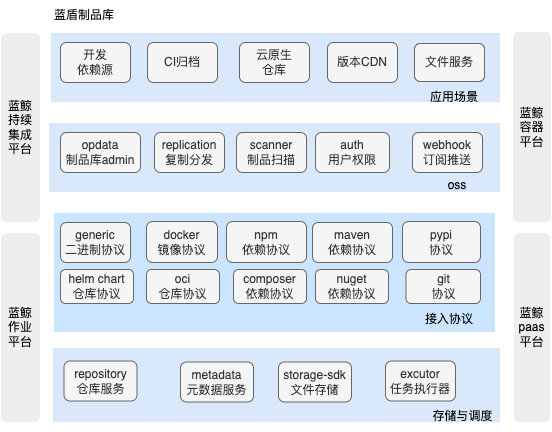
This is docs/resource/bkrepo.png from TencentBlueKing/bk-repo, a draw.io export, as it was before one commit. Source tidied: cells renumbered, new cells last; positions are measured from the earlier drawing's top-left corner, leaving out a move shared by most shapes.
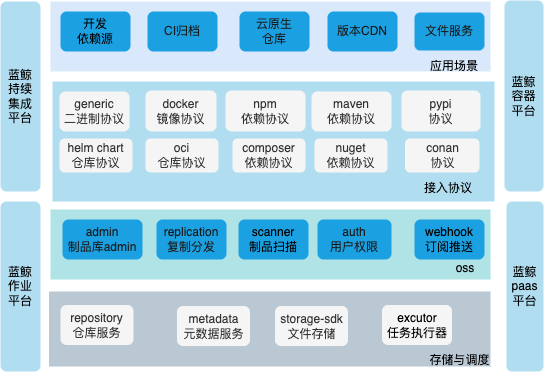
After the commit.

What changed in the source:
```diff
@@ -2,116 +2,113 @@
   <root>
     <mxCell id="0" />
     <mxCell id="1" parent="0" />
-    <mxCell id="2" style="rounded=0;whiteSpace=wrap;html=1;fillColor=#dae8fc;strokeColor=#FFFFFF;" parent="1" vertex="1">
-      <mxGeometry x="48" y="122" width="452" height="70" as="geometry" />
+    <mxCell id="2" style="rounded=0;whiteSpace=wrap;html=1;fillColor=#b0e3e6;strokeColor=none;strokeWidth=3;" parent="1" vertex="1">
+      <mxGeometry x="50" y="240" width="440" height="70" as="geometry" />
     </mxCell>
-    <mxCell id="3" value="蓝鲸&lt;br&gt;持续&lt;br&gt;集成&lt;br&gt;平台" style="rounded=1;whiteSpace=wrap;html=1;fillColor=#eeeeee;strokeColor=#FFFFFF;" parent="1" vertex="1">
+    <mxCell id="3" value="蓝鲸&lt;br&gt;持续&lt;br&gt;集成&lt;br&gt;平台" style="rounded=1;whiteSpace=wrap;html=1;fillColor=#b1ddf0;strokeColor=none;" parent="1" vertex="1">
       <mxGeometry y="32" width="40" height="190" as="geometry" />
     </mxCell>
-    <mxCell id="4" value="蓝鲸&lt;br&gt;作业&lt;br&gt;平台" style="rounded=1;whiteSpace=wrap;html=1;fillColor=#eeeeee;strokeColor=#FFFFFF;" parent="1" vertex="1">
-      <mxGeometry y="232" width="40" height="190" as="geometry" />
+    <mxCell id="4" value="蓝鲸&lt;br&gt;作业&lt;br&gt;平台" style="rounded=1;whiteSpace=wrap;html=1;fillColor=#b1ddf0;strokeColor=none;" parent="1" vertex="1">
+      <mxGeometry y="232" width="40" height="170" as="geometry" />
     </mxCell>
-    <mxCell id="5" value="蓝鲸&lt;br&gt;容器&lt;br&gt;平台" style="rounded=1;whiteSpace=wrap;html=1;fillColor=#eeeeee;strokeColor=#FFFFFF;" parent="1" vertex="1">
-      <mxGeometry x="512" y="31" width="39" height="191" as="geometry" />
+    <mxCell id="5" value="蓝鲸&lt;br&gt;容器&lt;br&gt;平台" style="rounded=1;whiteSpace=wrap;html=1;fillColor=#b1ddf0;strokeColor=none;" parent="1" vertex="1">
+      <mxGeometry x="504" y="31" width="39" height="191" as="geometry" />
     </mxCell>
-    <mxCell id="6" value="蓝鲸&lt;br&gt;paas&lt;br&gt;平台" style="rounded=1;whiteSpace=wrap;html=1;fillColor=#eeeeee;strokeColor=#FFFFFF;" parent="1" vertex="1">
-      <mxGeometry x="513" y="232" width="37" height="190" as="geometry" />
+    <mxCell id="6" value="蓝鲸&lt;br&gt;paas&lt;br&gt;平台" style="rounded=1;whiteSpace=wrap;html=1;fillColor=#b1ddf0;strokeColor=none;" parent="1" vertex="1">
+      <mxGeometry x="506" y="232" width="37" height="170" as="geometry" />
     </mxCell>
-    <mxCell id="7" style="rounded=0;whiteSpace=wrap;html=1;fillColor=#dae8fc;strokeColor=#FFFFFF;labelPosition=center;verticalLabelPosition=bottom;align=center;verticalAlign=top;" parent="1" vertex="1">
-      <mxGeometry x="50" y="32" width="450" height="70" as="geometry" />
+    <mxCell id="7" style="rounded=0;whiteSpace=wrap;html=1;fillColor=#dae8fc;strokeColor=none;labelPosition=center;verticalLabelPosition=bottom;align=center;verticalAlign=top;strokeWidth=2;" parent="1" vertex="1">
+      <mxGeometry x="50" y="32" width="440" height="70" as="geometry" />
     </mxCell>
-    <mxCell id="8" value="开发&lt;br&gt;依赖源" style="rounded=1;whiteSpace=wrap;html=1;fillColor=#f5f5f5;fontColor=#333333;strokeColor=#666666;" parent="1" vertex="1">
+    <mxCell id="8" value="&lt;font color=&quot;#000000&quot;&gt;开发&lt;br&gt;依赖源&lt;/font&gt;" style="rounded=1;whiteSpace=wrap;html=1;fillColor=#1ba1e2;fontColor=#ffffff;strokeColor=none;" parent="1" vertex="1">
       <mxGeometry x="60" y="42" width="70" height="40" as="geometry" />
     </mxCell>
-    <mxCell id="9" value="CI归档" style="rounded=1;whiteSpace=wrap;html=1;fillColor=#f5f5f5;fontColor=#333333;strokeColor=#666666;" parent="1" vertex="1">
+    <mxCell id="9" value="&lt;font color=&quot;#1a1a1a&quot;&gt;CI归档&lt;/font&gt;" style="rounded=1;whiteSpace=wrap;html=1;fillColor=#1ba1e2;fontColor=#ffffff;strokeColor=none;" parent="1" vertex="1">
       <mxGeometry x="147" y="42" width="70" height="40" as="geometry" />
     </mxCell>
-    <mxCell id="10" value="云原生&lt;br&gt;仓库" style="rounded=1;whiteSpace=wrap;html=1;fillColor=#f5f5f5;fontColor=#333333;strokeColor=#666666;" parent="1" vertex="1">
+    <mxCell id="10" value="&lt;font color=&quot;#1a1a1a&quot;&gt;云原生&lt;br&gt;仓库&lt;/font&gt;" style="rounded=1;whiteSpace=wrap;html=1;fillColor=#1ba1e2;fontColor=#ffffff;strokeColor=none;" parent="1" vertex="1">
       <mxGeometry x="239" y="42" width="70" height="40" as="geometry" />
     </mxCell>
-    <mxCell id="11" value="版本CDN" style="rounded=1;whiteSpace=wrap;html=1;fillColor=#f5f5f5;fontColor=#333333;strokeColor=#666666;" parent="1" vertex="1">
+    <mxCell id="11" value="&lt;font color=&quot;#1a1a1a&quot;&gt;版本CDN&lt;/font&gt;" style="rounded=1;whiteSpace=wrap;html=1;fillColor=#1ba1e2;fontColor=#ffffff;strokeColor=none;" parent="1" vertex="1">
       <mxGeometry x="327" y="42" width="70" height="40" as="geometry" />
     </mxCell>
-    <mxCell id="12" value="文件服务" style="rounded=1;whiteSpace=wrap;html=1;fillColor=#f5f5f5;fontColor=#333333;strokeColor=#666666;" parent="1" vertex="1">
+    <mxCell id="12" value="&lt;font color=&quot;#1a1a1a&quot;&gt;文件服务&lt;/font&gt;" style="rounded=1;whiteSpace=wrap;html=1;fillColor=#1ba1e2;fontColor=#ffffff;strokeColor=none;" parent="1" vertex="1">
       <mxGeometry x="414" y="43" width="70" height="38" as="geometry" />
     </mxCell>
-    <mxCell id="13" value="opdata&lt;br&gt;制品库admin" style="rounded=1;whiteSpace=wrap;html=1;fillColor=#f5f5f5;fontColor=#333333;strokeColor=#666666;" parent="1" vertex="1">
-      <mxGeometry x="60" y="132" width="80" height="40" as="geometry" />
+    <mxCell id="13" value="&lt;font color=&quot;#1a1a1a&quot;&gt;admin&lt;br&gt;制品库admin&lt;/font&gt;" style="rounded=1;whiteSpace=wrap;html=1;fillColor=#1ba1e2;fontColor=#ffffff;strokeColor=none;" parent="1" vertex="1">
+      <mxGeometry x="62" y="250" width="80" height="40" as="geometry" />
     </mxCell>
-    <mxCell id="14" value="replication&lt;br&gt;复制分发" style="rounded=1;whiteSpace=wrap;html=1;fillColor=#f5f5f5;fontColor=#333333;strokeColor=#666666;" parent="1" vertex="1">
-      <mxGeometry x="154" y="132" width="70" height="40" as="geometry" />
+    <mxCell id="14" value="&lt;font color=&quot;#1a1a1a&quot;&gt;replication&lt;br&gt;复制分发&lt;/font&gt;" style="rounded=1;whiteSpace=wrap;html=1;fillColor=#1ba1e2;fontColor=#ffffff;strokeColor=none;" parent="1" vertex="1">
+      <mxGeometry x="156" y="250" width="70" height="40" as="geometry" />
     </mxCell>
-    <mxCell id="15" value="auth&lt;br&gt;用户权限" style="rounded=1;whiteSpace=wrap;html=1;fillColor=#f5f5f5;fontColor=#333333;strokeColor=#666666;" parent="1" vertex="1">
-      <mxGeometry x="315" y="132" width="74" height="40" as="geometry" />
+    <mxCell id="15" value="&lt;font color=&quot;#1a1a1a&quot;&gt;auth&lt;br&gt;用户权限&lt;/font&gt;" style="rounded=1;whiteSpace=wrap;html=1;fillColor=#1ba1e2;fontColor=#ffffff;strokeColor=none;" parent="1" vertex="1">
+      <mxGeometry x="317" y="250" width="74" height="40" as="geometry" />
     </mxCell>
-    <mxCell id="16" value="scanner&lt;br&gt;制品扫描" style="rounded=1;whiteSpace=wrap;html=1;fillColor=#f5f5f5;fontColor=#333333;strokeColor=#666666;" parent="1" vertex="1">
-      <mxGeometry x="236" y="132" width="70" height="40" as="geometry" />
+    <mxCell id="16" value="&lt;font color=&quot;#000000&quot;&gt;scanner&lt;br&gt;制品扫描&lt;/font&gt;" style="rounded=1;whiteSpace=wrap;html=1;fillColor=#1ba1e2;fontColor=#ffffff;strokeColor=none;" parent="1" vertex="1">
+      <mxGeometry x="238" y="250" width="70" height="40" as="geometry" />
     </mxCell>
-    <mxCell id="17" value="webhook&lt;br&gt;订阅推送" style="rounded=1;whiteSpace=wrap;html=1;fillColor=#f5f5f5;fontColor=#333333;strokeColor=#666666;" parent="1" vertex="1">
-      <mxGeometry x="412" y="132" width="70" height="40" as="geometry" />
+    <mxCell id="17" value="&lt;font color=&quot;#000000&quot;&gt;webhook&lt;br&gt;订阅推送&lt;/font&gt;" style="rounded=1;whiteSpace=wrap;html=1;fillColor=#1ba1e2;fontColor=#ffffff;strokeColor=none;" parent="1" vertex="1">
+      <mxGeometry x="414" y="250" width="70" height="40" as="geometry" />
     </mxCell>
-    <mxCell id="18" style="rounded=0;whiteSpace=wrap;html=1;fillColor=#cce5ff;strokeColor=#FFFFFF;" parent="1" vertex="1">
-      <mxGeometry x="53" y="212" width="442" height="120" as="geometry" />
+    <mxCell id="18" style="rounded=0;whiteSpace=wrap;html=1;fillColor=#b1ddf0;strokeColor=none;strokeWidth=2;" parent="1" vertex="1">
+      <mxGeometry x="52" y="112" width="442" height="120" as="geometry" />
     </mxCell>
-    <mxCell id="19" value="generic&lt;br&gt;二进制协议" style="rounded=1;whiteSpace=wrap;html=1;fillColor=#f5f5f5;fontColor=#333333;strokeColor=#666666;" parent="1" vertex="1">
-      <mxGeometry x="60" y="222" width="70" height="40" as="geometry" />
+    <mxCell id="19" value="generic&lt;br&gt;二进制协议" style="rounded=1;whiteSpace=wrap;html=1;fillColor=#f5f5f5;fontColor=#333333;strokeColor=none;" parent="1" vertex="1">
+      <mxGeometry x="59" y="122" width="70" height="40" as="geometry" />
     </mxCell>
-    <mxCell id="20" value="docker&lt;br&gt;镜像协议" style="rounded=1;whiteSpace=wrap;html=1;fillColor=#f5f5f5;fontColor=#333333;strokeColor=#666666;" parent="1" vertex="1">
-      <mxGeometry x="146" y="221" width="71" height="41" as="geometry" />
+    <mxCell id="20" value="docker&lt;br&gt;镜像协议" style="rounded=1;whiteSpace=wrap;html=1;fillColor=#f5f5f5;fontColor=#333333;strokeColor=none;" parent="1" vertex="1">
+      <mxGeometry x="145" y="121" width="71" height="41" as="geometry" />
     </mxCell>
-    <mxCell id="21" value="npm&lt;br&gt;依赖协议" style="rounded=1;whiteSpace=wrap;html=1;fillColor=#f5f5f5;fontColor=#333333;strokeColor=#666666;" parent="1" vertex="1">
-      <mxGeometry x="226" y="221" width="80" height="41" as="geometry" />
+    <mxCell id="21" value="npm&lt;br&gt;依赖协议" style="rounded=1;whiteSpace=wrap;html=1;fillColor=#f5f5f5;fontColor=#333333;strokeColor=none;" parent="1" vertex="1">
+      <mxGeometry x="225" y="121" width="80" height="41" as="geometry" />
     </mxCell>
-    <mxCell id="22" value="maven&lt;br&gt;依赖协议" style="rounded=1;whiteSpace=wrap;html=1;fillColor=#f5f5f5;fontColor=#333333;strokeColor=#666666;" parent="1" vertex="1">
-      <mxGeometry x="312" y="222" width="80" height="40" as="geometry" />
+    <mxCell id="22" value="maven&lt;br&gt;依赖协议" style="rounded=1;whiteSpace=wrap;html=1;fillColor=#f5f5f5;fontColor=#333333;strokeColor=none;" parent="1" vertex="1">
+      <mxGeometry x="311" y="122" width="80" height="40" as="geometry" />
     </mxCell>
-    <mxCell id="23" value="pypi&lt;br&gt;协议" style="rounded=1;whiteSpace=wrap;html=1;fillColor=#f5f5f5;fontColor=#333333;strokeColor=#666666;" parent="1" vertex="1">
-      <mxGeometry x="402" y="221" width="78" height="41" as="geometry" />
+    <mxCell id="23" value="pypi&lt;br&gt;协议" style="rounded=1;whiteSpace=wrap;html=1;fillColor=#f5f5f5;fontColor=#333333;strokeColor=none;" parent="1" vertex="1">
+      <mxGeometry x="401" y="121" width="79" height="41" as="geometry" />
     </mxCell>
-    <mxCell id="24" value="helm chart&lt;br&gt;仓库协议" style="rounded=1;whiteSpace=wrap;html=1;fillColor=#f5f5f5;fontColor=#333333;strokeColor=#666666;" parent="1" vertex="1">
-      <mxGeometry x="60" y="269" width="73" height="34" as="geometry" />
+    <mxCell id="24" value="helm chart&lt;br&gt;仓库协议" style="rounded=1;whiteSpace=wrap;html=1;fillColor=#f5f5f5;fontColor=#333333;strokeColor=none;" parent="1" vertex="1">
+      <mxGeometry x="59" y="169" width="73" height="34" as="geometry" />
     </mxCell>
-    <mxCell id="25" value="oci&lt;br&gt;仓库协议" style="rounded=1;whiteSpace=wrap;html=1;fillColor=#f5f5f5;fontColor=#333333;strokeColor=#666666;" parent="1" vertex="1">
-      <mxGeometry x="146" y="269" width="73" height="34" as="geometry" />
+    <mxCell id="25" value="oci&lt;br&gt;仓库协议" style="rounded=1;whiteSpace=wrap;html=1;fillColor=#f5f5f5;fontColor=#333333;strokeColor=none;" parent="1" vertex="1">
+      <mxGeometry x="145" y="169" width="73" height="34" as="geometry" />
     </mxCell>
-    <mxCell id="26" value="composer&lt;br&gt;依赖协议" style="rounded=1;whiteSpace=wrap;html=1;fillColor=#f5f5f5;fontColor=#333333;strokeColor=#666666;" parent="1" vertex="1">
-      <mxGeometry x="233" y="269" width="73" height="34" as="geometry" />
+    <mxCell id="26" value="composer&lt;br&gt;依赖协议" style="rounded=1;whiteSpace=wrap;html=1;fillColor=#f5f5f5;fontColor=#333333;strokeColor=none;" parent="1" vertex="1">
+      <mxGeometry x="232" y="169" width="73" height="34" as="geometry" />
     </mxCell>
-    <mxCell id="27" value="nuget&lt;br&gt;依赖协议" style="rounded=1;whiteSpace=wrap;html=1;fillColor=#f5f5f5;fontColor=#333333;strokeColor=#666666;" parent="1" vertex="1">
-      <mxGeometry x="315" y="269" width="73" height="34" as="geometry" />
+    <mxCell id="27" value="nuget&lt;br&gt;依赖协议" style="rounded=1;whiteSpace=wrap;html=1;fillColor=#f5f5f5;fontColor=#333333;strokeColor=none;" parent="1" vertex="1">
+      <mxGeometry x="314" y="169" width="73" height="34" as="geometry" />
     </mxCell>
-    <mxCell id="28" value="git&lt;br&gt;协议" style="rounded=1;whiteSpace=wrap;html=1;fillColor=#f5f5f5;fontColor=#333333;strokeColor=#666666;" parent="1" vertex="1">
-      <mxGeometry x="405.5" y="269" width="74.5" height="34" as="geometry" />
+    <mxCell id="28" value="conan&lt;br&gt;协议" style="rounded=1;whiteSpace=wrap;html=1;fillColor=#f5f5f5;fontColor=#333333;strokeColor=none;" parent="1" vertex="1">
+      <mxGeometry x="404.5" y="169" width="74.5" height="34" as="geometry" />
     </mxCell>
-    <mxCell id="29" style="rounded=0;whiteSpace=wrap;html=1;fillColor=#dae8fc;strokeColor=#FFFFFF;" parent="1" vertex="1">
-      <mxGeometry x="52" y="347" width="448" height="75" as="geometry" />
+    <mxCell id="29" style="rounded=0;whiteSpace=wrap;html=1;fillColor=#bac8d3;strokeColor=none;strokeWidth=2;" parent="1" vertex="1">
+      <mxGeometry x="48.5" y="322" width="441.5" height="75" as="geometry" />
     </mxCell>
-    <mxCell id="30" value="repository&lt;br&gt;仓库服务" style="rounded=1;whiteSpace=wrap;html=1;fillColor=#f5f5f5;fontColor=#333333;strokeColor=#666666;" parent="1" vertex="1">
-      <mxGeometry x="63.5" y="360.5" width="73" height="40" as="geometry" />
+    <mxCell id="30" value="repository&lt;br&gt;仓库服务" style="rounded=1;whiteSpace=wrap;html=1;fillColor=#f5f5f5;fontColor=#333333;strokeColor=none;" parent="1" vertex="1">
+      <mxGeometry x="60" y="335.5" width="73" height="40" as="geometry" />
     </mxCell>
-    <mxCell id="31" value="metadata&lt;br&gt;元数据服务" style="rounded=1;whiteSpace=wrap;html=1;fillColor=#f5f5f5;fontColor=#333333;strokeColor=#666666;" parent="1" vertex="1">
-      <mxGeometry x="180" y="361.5" width="73" height="40" as="geometry" />
+    <mxCell id="31" value="metadata&lt;br&gt;元数据服务" style="rounded=1;whiteSpace=wrap;html=1;fillColor=#f5f5f5;fontColor=#333333;strokeColor=none;" parent="1" vertex="1">
+      <mxGeometry x="176.5" y="336.5" width="73" height="40" as="geometry" />
     </mxCell>
-    <mxCell id="32" value="storage-sdk文件存储" style="rounded=1;whiteSpace=wrap;html=1;fillColor=#f5f5f5;fontColor=#333333;strokeColor=#666666;" parent="1" vertex="1">
-      <mxGeometry x="278" y="361.5" width="73" height="40" as="geometry" />
+    <mxCell id="32" value="storage-sdk文件存储" style="rounded=1;whiteSpace=wrap;html=1;fillColor=#f5f5f5;fontColor=#333333;strokeColor=none;" parent="1" vertex="1">
+      <mxGeometry x="274.5" y="336.5" width="73" height="40" as="geometry" />
     </mxCell>
-    <mxCell id="33" value="excutor&lt;br&gt;任务执行器" style="rounded=1;whiteSpace=wrap;html=1;fillColor=#f5f5f5;fontColor=#333333;strokeColor=#666666;" parent="1" vertex="1">
-      <mxGeometry x="385" y="360.5" width="70" height="40" as="geometry" />
+    <mxCell id="33" value="&lt;font color=&quot;#000000&quot;&gt;excutor&lt;br&gt;任务执行器&lt;/font&gt;" style="rounded=1;whiteSpace=wrap;html=1;fillColor=#f5f5f5;fontColor=#333333;strokeColor=none;" parent="1" vertex="1">
+      <mxGeometry x="381.5" y="335.5" width="70" height="40" as="geometry" />
     </mxCell>
     <mxCell id="34" value="应用场景" style="text;html=1;strokeColor=none;fillColor=none;align=center;verticalAlign=middle;whiteSpace=wrap;rounded=0;" parent="1" vertex="1">
       <mxGeometry x="424" y="82" width="60" height="30" as="geometry" />
     </mxCell>
     <mxCell id="35" value="oss" style="text;html=1;strokeColor=none;fillColor=none;align=center;verticalAlign=middle;whiteSpace=wrap;rounded=0;" parent="1" vertex="1">
-      <mxGeometry x="427" y="170" width="60" height="30" as="geometry" />
+      <mxGeometry x="435" y="290" width="60" height="18" as="geometry" />
     </mxCell>
     <mxCell id="36" value="接入协议" style="text;html=1;strokeColor=none;fillColor=none;align=center;verticalAlign=middle;whiteSpace=wrap;rounded=0;" parent="1" vertex="1">
-      <mxGeometry x="419" y="304" width="60" height="30" as="geometry" />
+      <mxGeometry x="418" y="204" width="60" height="30" as="geometry" />
     </mxCell>
     <mxCell id="37" value="存储与调度" style="text;html=1;strokeColor=none;fillColor=none;align=center;verticalAlign=middle;whiteSpace=wrap;rounded=0;" parent="1" vertex="1">
-      <mxGeometry x="430" y="400.5" width="65" height="30" as="geometry" />
+      <mxGeometry x="426.5" y="375.5" width="65" height="30" as="geometry" />
     </mxCell>
-    <mxCell id="38" value="蓝盾制品库" style="text;html=1;strokeColor=none;fillColor=none;align=center;verticalAlign=middle;whiteSpace=wrap;rounded=0;" parent="1" vertex="1">
-      <mxGeometry x="48" width="72" height="30" as="geometry" />
-    </mxCell>
   </root>
 </mxGraphModel>
```
